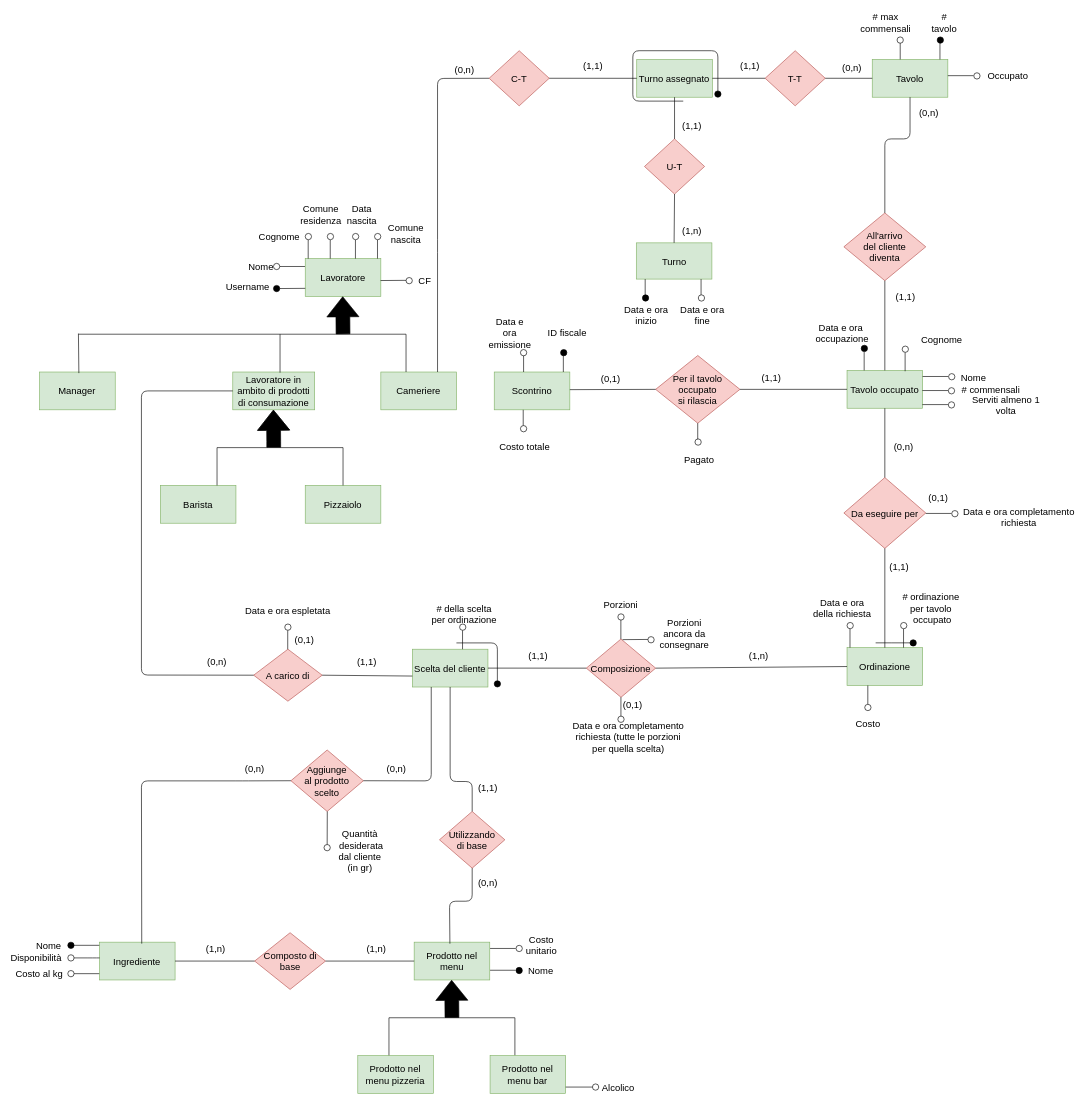
Earlier version of the draw.io diagram ERD/ERD_EditableDiagram.drawio (StefanoBelli/pizzeria). Source tidied: cells renumbered, new cells numbered last; positions are measured from the earlier drawing's top-left corner, leaving out a move shared by most shapes. Both pictures are drawn from the tidied source at 63%, with x=0, y=0 at pixel (11, 16).
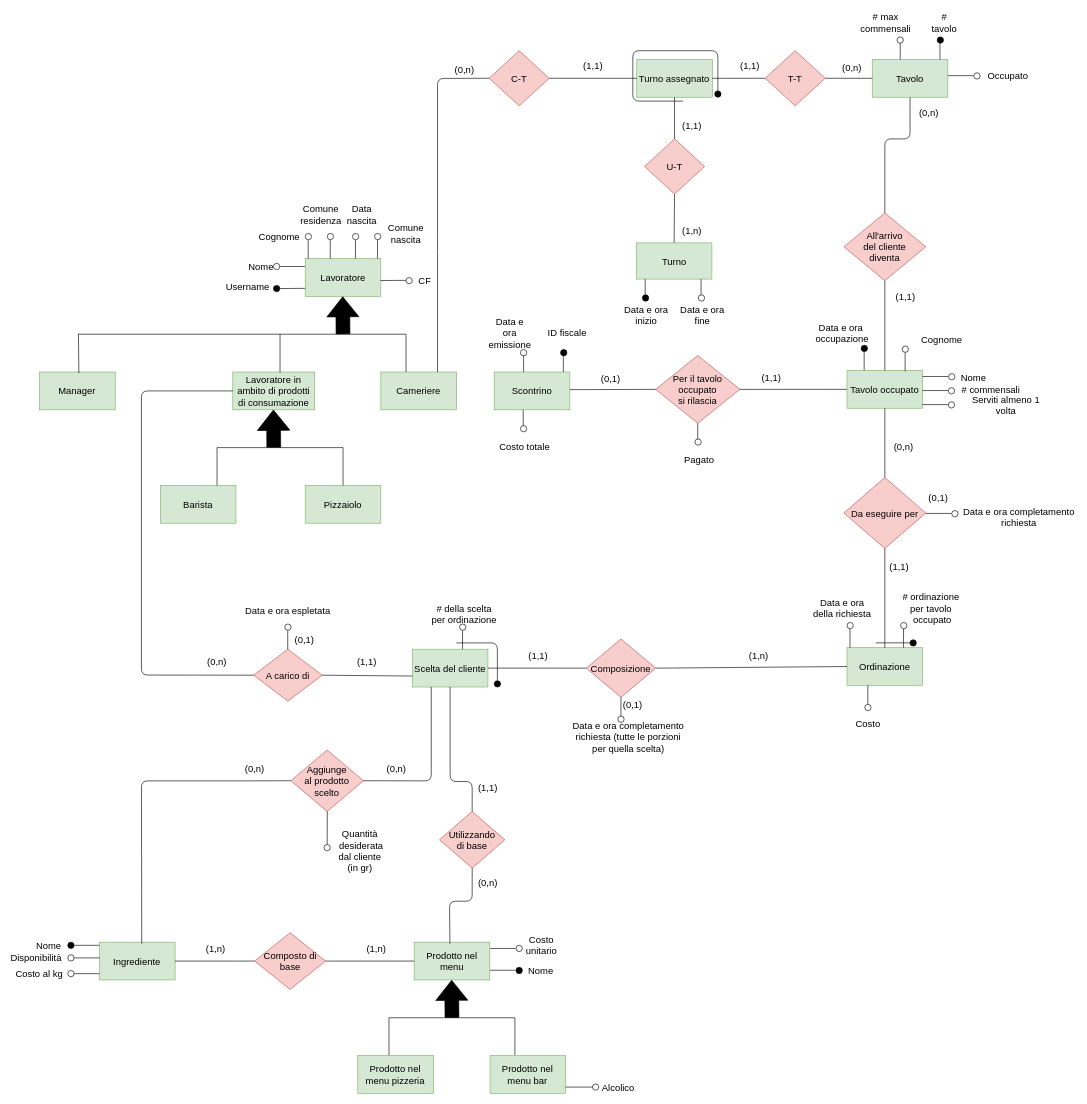
The same diagram, later.

Diff of the diagram source:
```diff
@@
-    <mxCell id="63" style="endArrow=none;html=1;fillColor=#000000;fontSize=15;" parent="1" edge="1">
-      <mxGeometry relative="1" as="geometry">
-        <mxPoint x="968" y="988.8" as="sourcePoint" />
-        <mxPoint x="968" y="958.8" as="targetPoint" />
-      </mxGeometry>
-    </mxCell>
-    <mxCell id="64" style="ellipse;whiteSpace=wrap;html=1;fontSize=15;" parent="1" vertex="1">
-      <mxGeometry x="963.2" y="948.8" width="10" height="10" as="geometry" />
-    </mxCell>
-    <mxCell id="65" value="Porzioni" style="text;html=1;strokeColor=none;fillColor=none;align=center;verticalAlign=middle;whiteSpace=wrap;rounded=0;fontSize=15;" parent="1" vertex="1">
-      <mxGeometry x="948.2" y="923.8" width="40" height="20" as="geometry" />
-    </mxCell>
@@
-    <mxCell id="213" style="ellipse;whiteSpace=wrap;html=1;fontSize=15;" parent="1" vertex="1">
-      <mxGeometry x="1010.9" y="985" width="10" height="10" as="geometry" />
-    </mxCell>
-    <mxCell id="214" value="Porzioni&lt;br&gt;ancora da&lt;br&gt;consegnare" style="text;html=1;strokeColor=none;fillColor=none;align=center;verticalAlign=middle;whiteSpace=wrap;rounded=0;fontSize=15;" parent="1" vertex="1">
-      <mxGeometry x="1010.9" y="970" width="116.1" height="20" as="geometry" />
-    </mxCell>
-    <mxCell id="215" style="endArrow=none;html=1;fillColor=#000000;entryX=1;entryY=0.5;entryDx=0;entryDy=0;exitX=0.003;exitY=0.828;exitDx=0;exitDy=0;exitPerimeter=0;fontSize=15;" parent="1" edge="1">
-      <mxGeometry relative="1" as="geometry">
-        <mxPoint x="1010.9" y="989.5" as="sourcePoint" />
-        <mxPoint x="970.6" y="989.8" as="targetPoint" />
-      </mxGeometry>
-    </mxCell>
```
